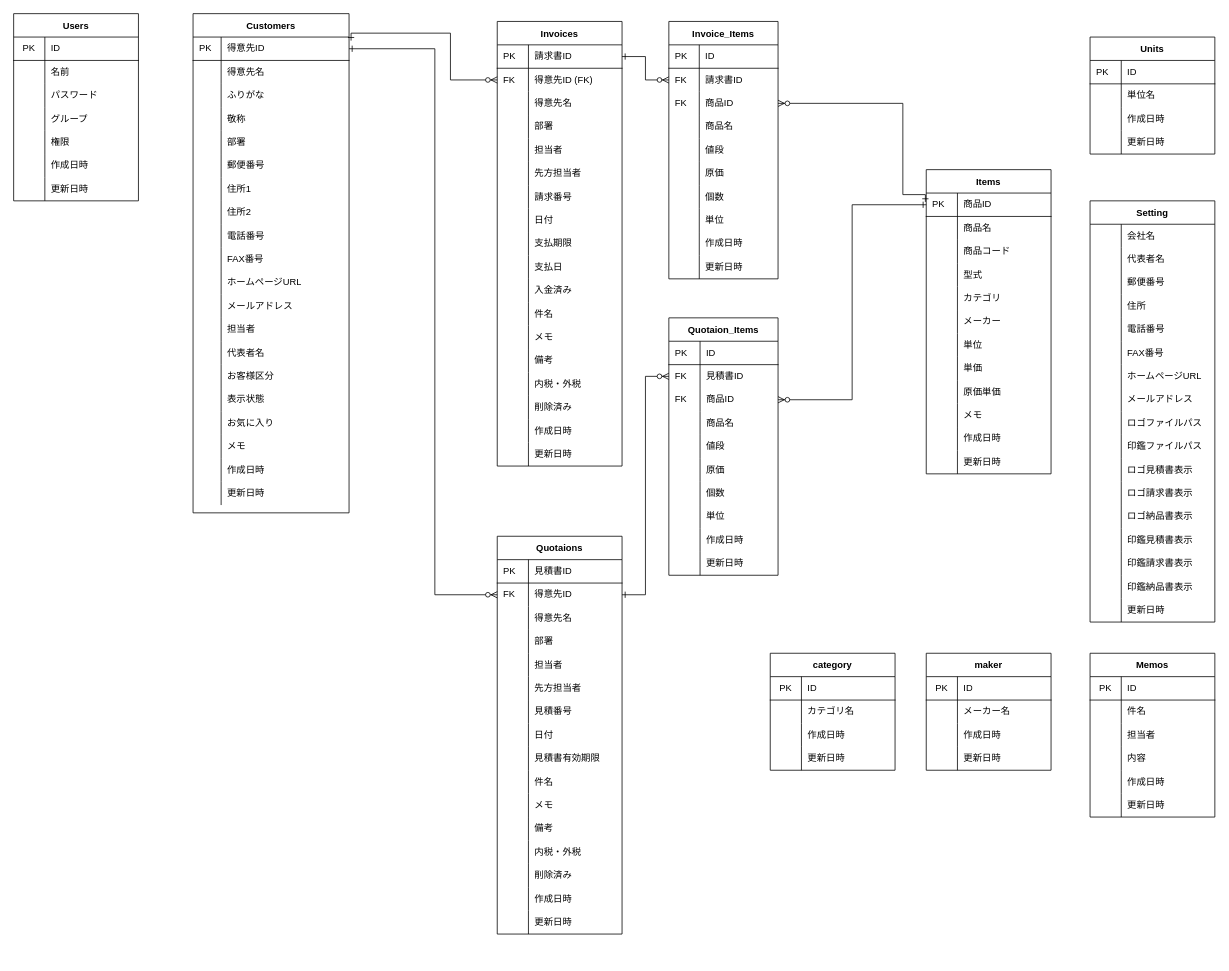
Earlier version of the draw.io diagram soho_er.dio (gamasenninn/caddie-clone). Source tidied: cells renumbered, new cells numbered last; positions are measured from the earlier drawing's top-left corner, leaving out a move shared by most shapes. Both pictures are drawn from the tidied source at 78%, with x=0, y=0 at pixel (13, 13).
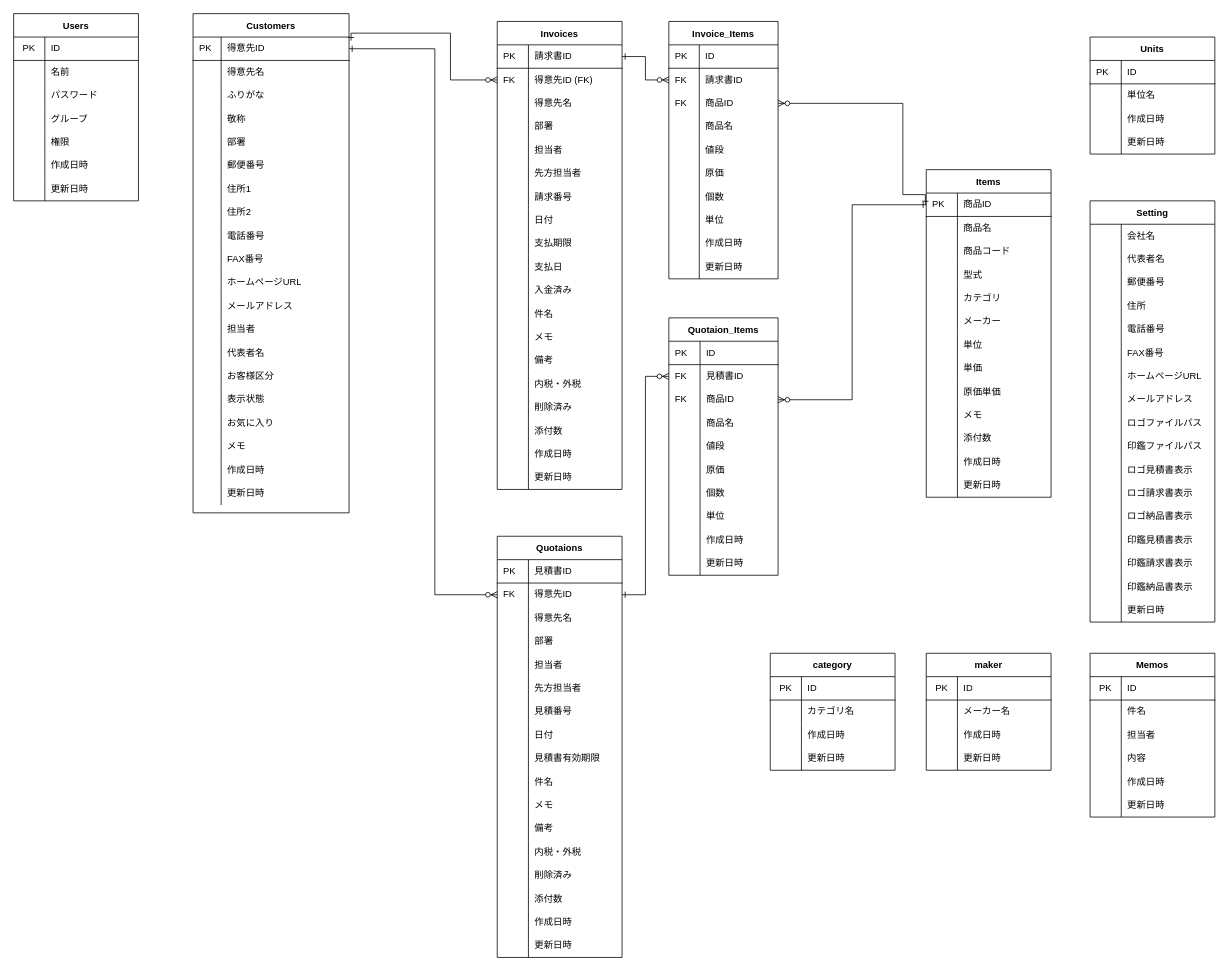
The same page after the edit.

The edit, as a diff of the source:
```diff
@@
     <mxCell id="63" value="Items" style="shape=table;startSize=30;childLayout=tableLayout;rowLines=0;fontStyle=1;align=center;" parent="1" vertex="1">
-      <mxGeometry x="1170" y="200" width="160" height="390" as="geometry" />
+      <mxGeometry x="1170" y="200" width="160" height="420" as="geometry" />
     </mxCell>
@@
+    <mxCell id="404" style="shape=partialRectangle;html=1;whiteSpace=wrap;fillColor=none;top=0;left=0;bottom=0;right=0;" parent="63" vertex="1">
+      <mxGeometry y="330" width="160" height="30" as="geometry" />
+    </mxCell>
+    <mxCell id="405" style="shape=partialRectangle;html=1;whiteSpace=wrap;fillColor=none;top=0;left=0;bottom=0;right=0;align=left;spacingLeft=6;overflow=hidden;" parent="404" vertex="1">
+      <mxGeometry width="40" height="30" as="geometry" />
+    </mxCell>
+    <mxCell id="406" value="添付数" style="shape=partialRectangle;html=1;whiteSpace=wrap;fillColor=none;top=0;left=0;bottom=0;right=0;align=left;spacingLeft=6;overflow=hidden;" parent="404" vertex="1">
+      <mxGeometry x="40" width="120" height="30" as="geometry" />
+    </mxCell>
     <mxCell id="94" style="shape=partialRectangle;html=1;whiteSpace=wrap;fillColor=none;top=0;left=0;bottom=0;right=0;" parent="63" vertex="1">
-      <mxGeometry y="330" width="160" height="30" as="geometry" />
+      <mxGeometry y="360" width="160" height="30" as="geometry" />
     </mxCell>
@@
     <mxCell id="97" style="shape=partialRectangle;html=1;whiteSpace=wrap;fillColor=none;top=0;left=0;bottom=0;right=0;" parent="63" vertex="1">
-      <mxGeometry y="360" width="160" height="30" as="geometry" />
+      <mxGeometry y="390" width="160" height="30" as="geometry" />
     </mxCell>
@@
     <mxCell id="100" value="Invoices" style="shape=table;startSize=30;childLayout=tableLayout;rowLines=0;fontStyle=1;align=center;" parent="1" vertex="1">
-      <mxGeometry x="620" y="10" width="160" height="570" as="geometry" />
+      <mxGeometry x="620" y="10" width="160" height="600" as="geometry" />
     </mxCell>
@@
+    <mxCell id="407" style="shape=partialRectangle;html=1;whiteSpace=wrap;fillColor=none;top=0;left=0;bottom=0;right=0;" parent="100" vertex="1">
+      <mxGeometry y="510" width="160" height="30" as="geometry" />
+    </mxCell>
+    <mxCell id="408" style="shape=partialRectangle;html=1;whiteSpace=wrap;fillColor=none;top=0;left=0;bottom=0;right=0;align=left;spacingLeft=6;overflow=hidden;" parent="407" vertex="1">
+      <mxGeometry width="40" height="30" as="geometry" />
+    </mxCell>
+    <mxCell id="409" value="添付数" style="shape=partialRectangle;html=1;whiteSpace=wrap;fillColor=none;top=0;left=0;bottom=0;right=0;align=left;spacingLeft=6;overflow=hidden;" parent="407" vertex="1">
+      <mxGeometry x="40" width="120" height="30" as="geometry" />
+    </mxCell>
     <mxCell id="149" style="shape=partialRectangle;html=1;whiteSpace=wrap;fillColor=none;top=0;left=0;bottom=0;right=0;" parent="100" vertex="1">
-      <mxGeometry y="510" width="160" height="30" as="geometry" />
+      <mxGeometry y="540" width="160" height="30" as="geometry" />
     </mxCell>
@@
     <mxCell id="152" style="shape=partialRectangle;html=1;whiteSpace=wrap;fillColor=none;top=0;left=0;bottom=0;right=0;" parent="100" vertex="1">
-      <mxGeometry y="540" width="160" height="30" as="geometry" />
+      <mxGeometry y="570" width="160" height="30" as="geometry" />
     </mxCell>
@@
     <mxCell id="186" value="Quotaions" style="shape=table;startSize=30;childLayout=tableLayout;rowLines=0;fontStyle=1;align=center;" parent="1" vertex="1">
-      <mxGeometry x="620" y="670" width="160" height="510" as="geometry" />
+      <mxGeometry x="620" y="670" width="160" height="540" as="geometry" />
     </mxCell>
@@
+    <mxCell id="410" style="shape=partialRectangle;html=1;whiteSpace=wrap;fillColor=none;top=0;left=0;bottom=0;right=0;" parent="186" vertex="1">
+      <mxGeometry y="450" width="160" height="30" as="geometry" />
+    </mxCell>
+    <mxCell id="411" style="shape=partialRectangle;html=1;whiteSpace=wrap;fillColor=none;top=0;left=0;bottom=0;right=0;align=left;spacingLeft=6;overflow=hidden;" parent="410" vertex="1">
+      <mxGeometry width="40" height="30" as="geometry" />
+    </mxCell>
+    <mxCell id="412" value="添付数" style="shape=partialRectangle;html=1;whiteSpace=wrap;fillColor=none;top=0;left=0;bottom=0;right=0;align=left;spacingLeft=6;overflow=hidden;" parent="410" vertex="1">
+      <mxGeometry x="40" width="120" height="30" as="geometry" />
+    </mxCell>
     <mxCell id="229" style="shape=partialRectangle;html=1;whiteSpace=wrap;fillColor=none;top=0;left=0;bottom=0;right=0;" parent="186" vertex="1">
-      <mxGeometry y="450" width="160" height="30" as="geometry" />
+      <mxGeometry y="480" width="160" height="30" as="geometry" />
     </mxCell>
@@
     <mxCell id="232" style="shape=partialRectangle;html=1;whiteSpace=wrap;fillColor=none;top=0;left=0;bottom=0;right=0;" parent="186" vertex="1">
-      <mxGeometry y="480" width="160" height="30" as="geometry" />
+      <mxGeometry y="510" width="160" height="30" as="geometry" />
     </mxCell>
```
